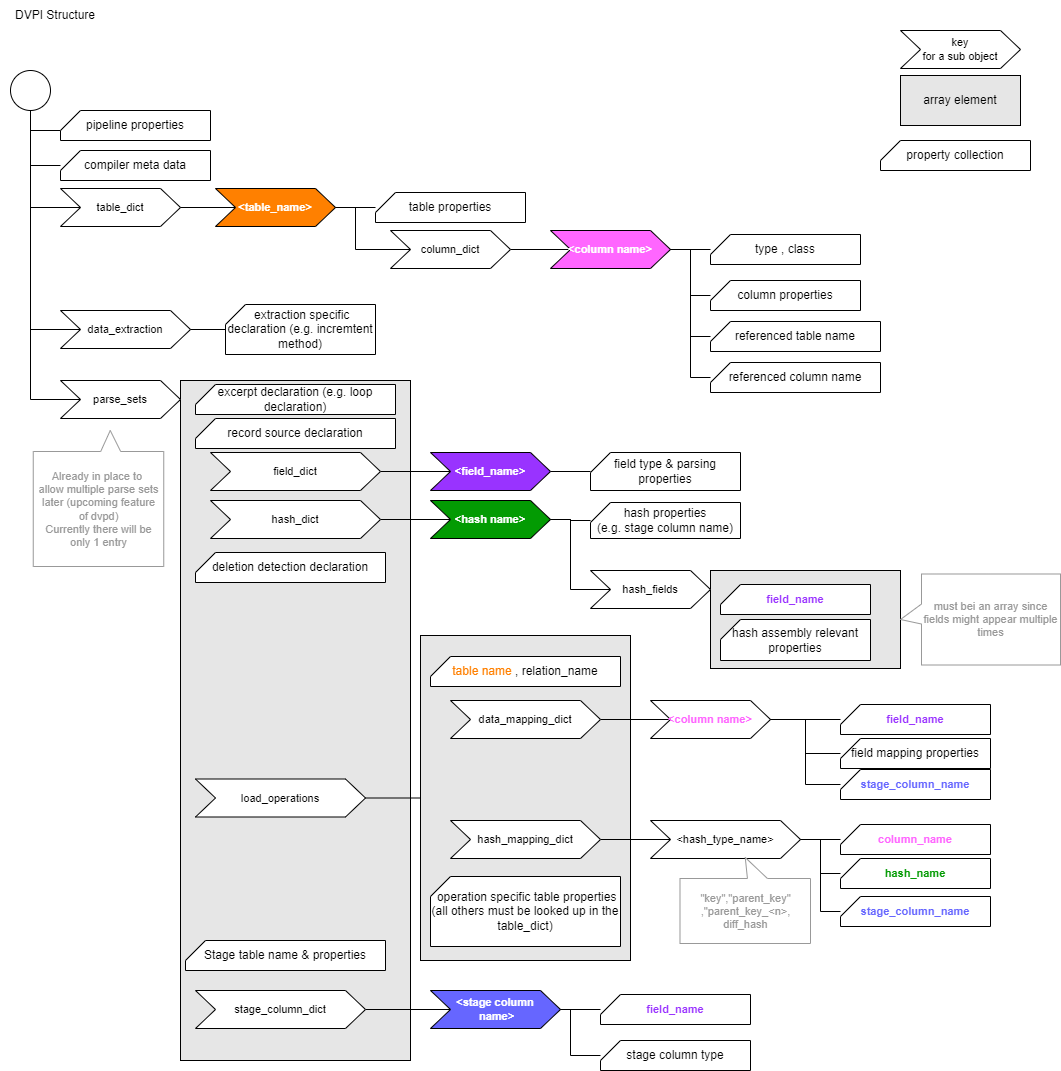
Before: documentation/images/DVPI_structure.drawio.png, a diagram exported from draw.io (cimt-ag/data_vault_pipelinedescription). Source tidied: cells renumbered, new cells last; positions are measured from the earlier drawing's top-left corner, leaving out a move shared by most shapes.
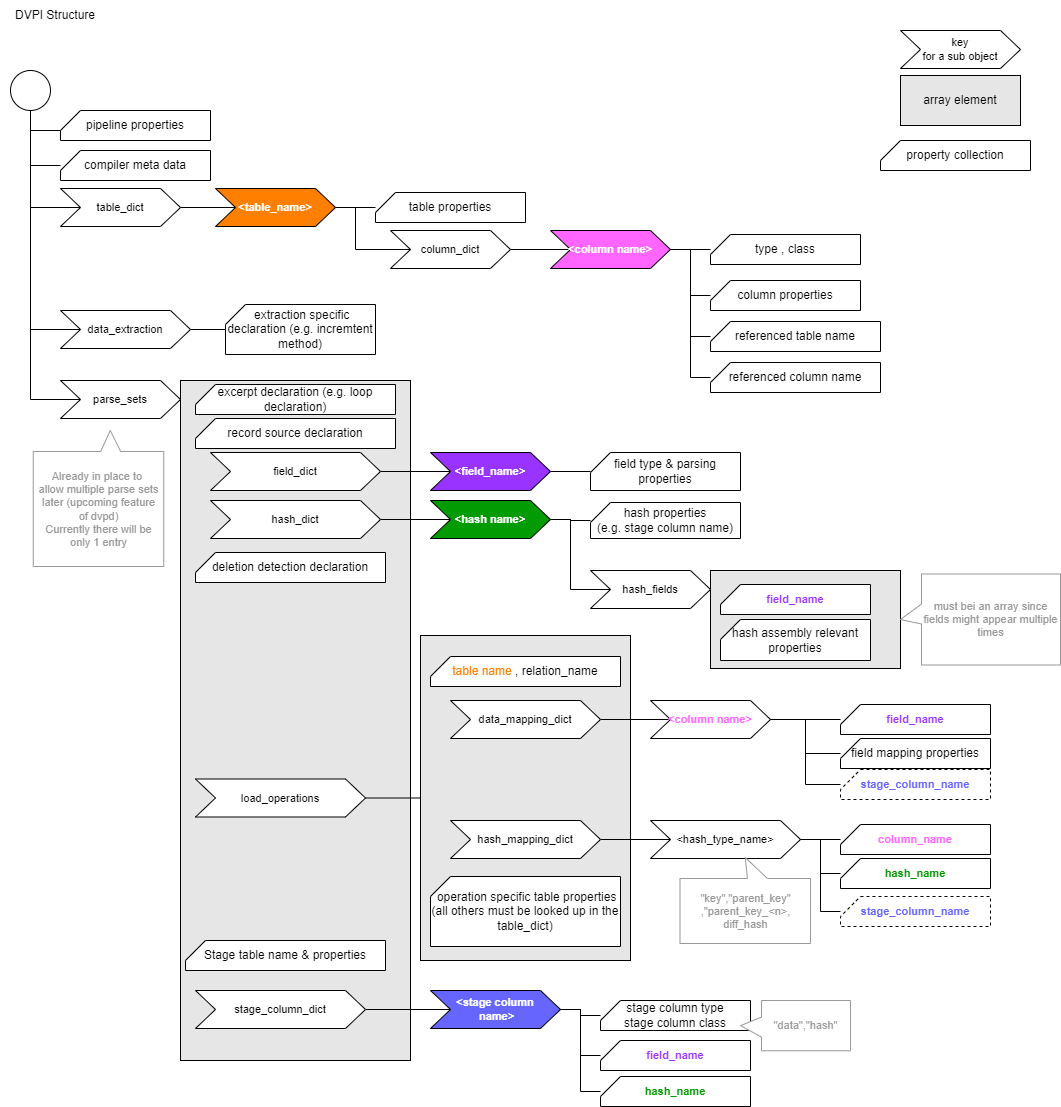
Later version of the same file.

Commit message:
Parse set with load operartions complete

Change to the diagram source:
```diff
@@ -221,33 +221,22 @@
     <mxCell id="71" value="&lt;stage column&#10; name&gt;" style="shape=step;perimeter=stepPerimeter;whiteSpace=wrap;fixedSize=1;fontFamily=Helvetica;fontSize=11;fontColor=#FFFFFF;fontStyle=1;labelBackgroundColor=none;fillColor=#6666FF;arcSize=12;" parent="1" vertex="1">
       <mxGeometry x="430" y="990" width="130" height="38" as="geometry" />
     </mxCell>
-    <mxCell id="72" style="edgeStyle=orthogonalEdgeStyle;shape=connector;rounded=0;jettySize=auto;html=1;labelBackgroundColor=default;strokeColor=default;fontFamily=Helvetica;fontSize=11;fontColor=default;endArrow=none;endFill=0;" parent="1" edge="1" source="73" target="71">
-      <mxGeometry relative="1" as="geometry">
-        <Array as="points">
-          <mxPoint x="570" y="1055" />
-          <mxPoint x="570" y="1009" />
-        </Array>
-      </mxGeometry>
-    </mxCell>
-    <mxCell id="73" value="stage column type" style="verticalLabelPosition=middle;verticalAlign=middle;html=1;shape=card;whiteSpace=wrap;size=20;arcSize=12;labelPosition=center;align=center;" parent="1" vertex="1">
-      <mxGeometry x="600" y="1040" width="150" height="30" as="geometry" />
-    </mxCell>
-    <mxCell id="74" style="edgeStyle=orthogonalEdgeStyle;shape=connector;rounded=0;jettySize=auto;html=1;labelBackgroundColor=default;strokeColor=default;fontFamily=Helvetica;fontSize=11;fontColor=default;endArrow=none;endFill=0;" parent="1" edge="1" source="75" target="71">
+    <mxCell id="74" style="edgeStyle=orthogonalEdgeStyle;shape=connector;rounded=0;jettySize=auto;html=1;entryX=1;entryY=0.5;entryDx=0;entryDy=0;labelBackgroundColor=default;strokeColor=default;fontFamily=Helvetica;fontSize=11;fontColor=default;endArrow=none;endFill=0;" parent="1" edge="1" source="75" target="71">
       <mxGeometry relative="1" as="geometry" />
     </mxCell>
     <mxCell id="75" value="field_name" style="verticalLabelPosition=middle;verticalAlign=middle;html=1;shape=card;whiteSpace=wrap;size=20;arcSize=12;labelPosition=center;align=center;fontSize=11;fontColor=#9933FF;fontStyle=1;" parent="1" vertex="1">
-      <mxGeometry x="600" y="994" width="150" height="30" as="geometry" />
+      <mxGeometry x="600" y="1040" width="150" height="30" as="geometry" />
     </mxCell>
     <mxCell id="76" style="edgeStyle=orthogonalEdgeStyle;shape=connector;rounded=0;jettySize=auto;html=1;entryX=1;entryY=0.5;entryDx=0;entryDy=0;labelBackgroundColor=default;strokeColor=default;fontFamily=Helvetica;fontSize=11;fontColor=default;endArrow=none;endFill=0;" parent="1" edge="1" source="77" target="63">
       <mxGeometry relative="1" as="geometry" />
     </mxCell>
-    <mxCell id="77" value="stage_column_name" style="verticalLabelPosition=middle;verticalAlign=middle;html=1;shape=card;whiteSpace=wrap;size=20;arcSize=12;labelPosition=center;align=center;fontSize=11;fontColor=#6666FF;fontStyle=1;" parent="1" vertex="1">
+    <mxCell id="77" value="stage_column_name" style="verticalLabelPosition=middle;verticalAlign=middle;html=1;shape=card;whiteSpace=wrap;size=20;arcSize=12;labelPosition=center;align=center;fontSize=11;fontColor=#6666FF;fontStyle=1;dashed=1;" parent="1" vertex="1">
       <mxGeometry x="840" y="896" width="150" height="30" as="geometry" />
     </mxCell>
     <mxCell id="78" style="edgeStyle=orthogonalEdgeStyle;shape=connector;rounded=0;jettySize=auto;html=1;entryX=1;entryY=0.5;entryDx=0;entryDy=0;labelBackgroundColor=default;strokeColor=default;fontFamily=Helvetica;fontSize=11;fontColor=default;endArrow=none;endFill=0;" parent="1" edge="1" source="79" target="66">
       <mxGeometry relative="1" as="geometry" />
     </mxCell>
-    <mxCell id="79" value="stage_column_name" style="verticalLabelPosition=middle;verticalAlign=middle;html=1;shape=card;whiteSpace=wrap;size=20;arcSize=12;labelPosition=center;align=center;fontSize=11;fontColor=#6666FF;fontStyle=1;" parent="1" vertex="1">
+    <mxCell id="79" value="stage_column_name" style="verticalLabelPosition=middle;verticalAlign=middle;html=1;shape=card;whiteSpace=wrap;size=20;arcSize=12;labelPosition=center;align=center;fontSize=11;fontColor=#6666FF;fontStyle=1;dashed=1;" parent="1" vertex="1">
       <mxGeometry x="840" y="769" width="150" height="30" as="geometry" />
     </mxCell>
     <mxCell id="80" value="Already in place to&amp;nbsp;&lt;br&gt;allow multiple parse sets later (upcoming feature&lt;br&gt;of dvpd)&lt;br&gt;Currently there will be only 1 entry" style="shape=callout;whiteSpace=wrap;html=1;perimeter=calloutPerimeter;fontFamily=Helvetica;fontSize=11;fontColor=#999999;size=21;position=0.33;direction=west;strokeColor=#999999;position2=0.41;" parent="1" vertex="1">
@@ -274,5 +263,20 @@
     <mxCell id="87" value="referenced column name" style="verticalLabelPosition=middle;verticalAlign=middle;html=1;shape=card;whiteSpace=wrap;size=20;arcSize=12;labelPosition=center;align=center;" parent="1" vertex="1">
       <mxGeometry x="710" y="362" width="170" height="30" as="geometry" />
     </mxCell>
+    <mxCell id="88" style="edgeStyle=orthogonalEdgeStyle;shape=connector;rounded=0;jettySize=auto;html=1;entryX=1;entryY=0.5;entryDx=0;entryDy=0;labelBackgroundColor=default;strokeColor=default;fontFamily=Helvetica;fontSize=11;fontColor=default;endArrow=none;endFill=0;" parent="1" edge="1" source="89" target="71">
+      <mxGeometry relative="1" as="geometry" />
+    </mxCell>
+    <mxCell id="89" value="hash_name" style="verticalLabelPosition=middle;verticalAlign=middle;html=1;shape=card;whiteSpace=wrap;size=20;arcSize=12;labelPosition=center;align=center;fontSize=11;fontColor=#039b03;fontStyle=1;" parent="1" vertex="1">
+      <mxGeometry x="600" y="1076" width="150" height="30" as="geometry" />
+    </mxCell>
+    <mxCell id="90" style="edgeStyle=orthogonalEdgeStyle;shape=connector;rounded=0;jettySize=auto;html=1;labelBackgroundColor=default;strokeColor=default;fontFamily=Helvetica;fontSize=11;fontColor=default;endArrow=none;endFill=0;" parent="1" edge="1" source="91" target="71">
+      <mxGeometry relative="1" as="geometry" />
+    </mxCell>
+    <mxCell id="91" value="stage column type&lt;br&gt;stage column class" style="verticalLabelPosition=middle;verticalAlign=middle;html=1;shape=card;whiteSpace=wrap;size=20;arcSize=12;labelPosition=center;align=center;" parent="1" vertex="1">
+      <mxGeometry x="600" y="1000" width="150" height="30" as="geometry" />
+    </mxCell>
+    <mxCell id="92" value="&quot;data&quot;,&quot;hash&quot;" style="shape=callout;whiteSpace=wrap;html=1;perimeter=calloutPerimeter;fontFamily=Helvetica;fontSize=11;fontColor=#999999;size=21;position=0.33;direction=south;strokeColor=#999999;" parent="1" vertex="1">
+      <mxGeometry x="740" y="1000" width="110" height="50.2" as="geometry" />
+    </mxCell>
   </root>
 </mxGraphModel>
```
